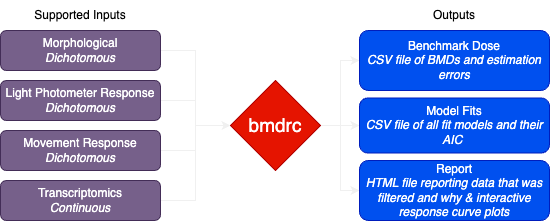
Before: bmdrc.png, a diagram exported from draw.io (PNNL-CompBio/bmdrc). Source tidied: cells renumbered, new cells last; positions are measured from the earlier drawing's top-left corner, leaving out a move shared by most shapes.
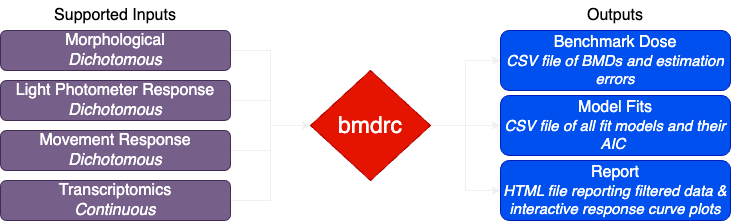
Above is the later version.

Diff of the diagram source:
```diff
@@ -5,14 +5,14 @@
     <mxCell id="2" style="edgeStyle=orthogonalEdgeStyle;rounded=0;jettySize=auto;html=1;exitX=1;exitY=0.5;exitDx=0;exitDy=0;entryX=0;entryY=0.5;entryDx=0;entryDy=0;" parent="1" edge="1" source="3" target="14">
       <mxGeometry relative="1" as="geometry" />
     </mxCell>
-    <mxCell id="3" value="Morphological&lt;br&gt;&lt;i&gt;Dichotomous&lt;/i&gt;" style="rounded=1;whiteSpace=wrap;html=1;fontSize=12;glass=0;strokeWidth=1;shadow=0;fillColor=#76608a;fontColor=#ffffff;strokeColor=#432D57;" parent="1" vertex="1">
-      <mxGeometry y="30" width="160" height="40" as="geometry" />
+    <mxCell id="3" value="&lt;font style=&quot;font-size: 16px;&quot;&gt;Morphological&lt;br&gt;&lt;i&gt;Dichotomous&lt;/i&gt;&lt;/font&gt;" style="rounded=1;whiteSpace=wrap;html=1;fontSize=12;glass=0;strokeWidth=1;shadow=0;fillColor=#76608a;fontColor=#ffffff;strokeColor=#432D57;" parent="1" vertex="1">
+      <mxGeometry y="30" width="230" height="40" as="geometry" />
     </mxCell>
     <mxCell id="4" style="edgeStyle=orthogonalEdgeStyle;rounded=0;jettySize=auto;html=1;exitX=1;exitY=0.5;exitDx=0;exitDy=0;entryX=0;entryY=0.5;entryDx=0;entryDy=0;" parent="1" edge="1" source="5" target="14">
       <mxGeometry relative="1" as="geometry" />
     </mxCell>
-    <mxCell id="5" value="Light Photometer Response&lt;br&gt;&lt;i&gt;Dichotomous&lt;/i&gt;" style="rounded=1;whiteSpace=wrap;html=1;fontSize=12;glass=0;strokeWidth=1;shadow=0;fillColor=#76608a;fontColor=#ffffff;strokeColor=#432D57;" parent="1" vertex="1">
-      <mxGeometry y="80" width="160" height="40" as="geometry" />
+    <mxCell id="5" value="&lt;font style=&quot;font-size: 16px;&quot;&gt;Light Photometer Response&lt;br&gt;&lt;i&gt;Dichotomous&lt;/i&gt;&lt;/font&gt;" style="rounded=1;whiteSpace=wrap;html=1;fontSize=12;glass=0;strokeWidth=1;shadow=0;fillColor=#76608a;fontColor=#ffffff;strokeColor=#432D57;" parent="1" vertex="1">
+      <mxGeometry y="80" width="230" height="40" as="geometry" />
     </mxCell>
     <mxCell id="6" style="edgeStyle=orthogonalEdgeStyle;rounded=0;jettySize=auto;html=1;exitX=1;exitY=0.5;exitDx=0;exitDy=0;entryX=0;entryY=0.5;entryDx=0;entryDy=0;" parent="1" edge="1" source="8" target="14">
       <mxGeometry relative="1" as="geometry" />
@@ -20,14 +20,14 @@
     <mxCell id="7" style="edgeStyle=orthogonalEdgeStyle;rounded=0;jettySize=auto;html=1;exitX=1;exitY=0.5;exitDx=0;exitDy=0;entryX=0;entryY=0.5;entryDx=0;entryDy=0;" parent="1" edge="1" source="8" target="14">
       <mxGeometry relative="1" as="geometry" />
     </mxCell>
-    <mxCell id="8" value="Movement Response&lt;br&gt;&lt;i&gt;Dichotomous&lt;/i&gt;" style="rounded=1;whiteSpace=wrap;html=1;fontSize=12;glass=0;strokeWidth=1;shadow=0;fillColor=#76608a;fontColor=#ffffff;strokeColor=#432D57;" parent="1" vertex="1">
-      <mxGeometry y="130" width="160" height="40" as="geometry" />
+    <mxCell id="8" value="&lt;font style=&quot;font-size: 16px;&quot;&gt;Movement Response&lt;br&gt;&lt;i&gt;Dichotomous&lt;/i&gt;&lt;/font&gt;" style="rounded=1;whiteSpace=wrap;html=1;fontSize=12;glass=0;strokeWidth=1;shadow=0;fillColor=#76608a;fontColor=#ffffff;strokeColor=#432D57;" parent="1" vertex="1">
+      <mxGeometry y="130" width="230" height="40" as="geometry" />
     </mxCell>
     <mxCell id="9" style="edgeStyle=orthogonalEdgeStyle;rounded=0;jettySize=auto;html=1;exitX=1;exitY=0.5;exitDx=0;exitDy=0;entryX=0;entryY=0.5;entryDx=0;entryDy=0;" parent="1" edge="1" source="10" target="14">
       <mxGeometry relative="1" as="geometry" />
     </mxCell>
-    <mxCell id="10" value="Transcriptomics&lt;br&gt;&lt;i&gt;Continuous&lt;/i&gt;" style="rounded=1;whiteSpace=wrap;html=1;fontSize=12;glass=0;strokeWidth=1;shadow=0;fillColor=#76608a;fontColor=#ffffff;strokeColor=#432D57;" parent="1" vertex="1">
-      <mxGeometry y="180" width="160" height="40" as="geometry" />
+    <mxCell id="10" value="&lt;font style=&quot;font-size: 16px;&quot;&gt;Transcriptomics&lt;br&gt;&lt;i&gt;Continuous&lt;/i&gt;&lt;/font&gt;" style="rounded=1;whiteSpace=wrap;html=1;fontSize=12;glass=0;strokeWidth=1;shadow=0;fillColor=#76608a;fontColor=#ffffff;strokeColor=#432D57;" parent="1" vertex="1">
+      <mxGeometry y="180" width="230" height="40" as="geometry" />
     </mxCell>
     <mxCell id="11" style="edgeStyle=orthogonalEdgeStyle;rounded=0;jettySize=auto;html=1;exitX=1;exitY=0.5;exitDx=0;exitDy=0;entryX=0;entryY=0.5;entryDx=0;entryDy=0;" parent="1" edge="1" source="14" target="16">
       <mxGeometry relative="1" as="geometry" />
@@ -38,23 +38,23 @@
     <mxCell id="13" style="edgeStyle=orthogonalEdgeStyle;rounded=0;jettySize=auto;html=1;exitX=1;exitY=0.5;exitDx=0;exitDy=0;entryX=0;entryY=0.5;entryDx=0;entryDy=0;" parent="1" edge="1" source="14" target="17">
       <mxGeometry relative="1" as="geometry" />
     </mxCell>
-    <mxCell id="14" value="&lt;font style=&quot;font-size: 19px;&quot;&gt;bmdrc&lt;/font&gt;" style="rhombus;whiteSpace=wrap;html=1;fillColor=#e51400;fontColor=#ffffff;strokeColor=#B20000;" parent="1" vertex="1">
-      <mxGeometry x="230" y="80" width="90" height="90" as="geometry" />
+    <mxCell id="14" value="&lt;font style=&quot;font-size: 23px;&quot;&gt;bmdrc&lt;/font&gt;" style="rhombus;whiteSpace=wrap;html=1;fillColor=#e51400;fontColor=#ffffff;strokeColor=#B20000;" parent="1" vertex="1">
+      <mxGeometry x="310" y="70" width="120" height="110" as="geometry" />
     </mxCell>
-    <mxCell id="15" value="&lt;font color=&quot;#000000&quot;&gt;Supported Inputs&lt;/font&gt;" style="text;html=1;align=center;verticalAlign=middle;whiteSpace=wrap;rounded=0;" parent="1" vertex="1">
-      <mxGeometry x="30" width="100" height="30" as="geometry" />
+    <mxCell id="15" value="&lt;font style=&quot;font-size: 16px;&quot; color=&quot;#000000&quot;&gt;Supported Inputs&lt;/font&gt;" style="text;html=1;align=center;verticalAlign=middle;whiteSpace=wrap;rounded=0;" parent="1" vertex="1">
+      <mxGeometry x="40" width="150" height="30" as="geometry" />
     </mxCell>
-    <mxCell id="16" value="Benchmark Dose&lt;br&gt;&lt;i&gt;CSV file of BMDs and estimation errors&lt;/i&gt;" style="rounded=1;whiteSpace=wrap;html=1;fontSize=12;glass=0;strokeWidth=1;shadow=0;fillColor=#0050ef;fontColor=#ffffff;strokeColor=#001DBC;" parent="1" vertex="1">
-      <mxGeometry x="359" y="30" width="190" height="60" as="geometry" />
+    <mxCell id="16" value="&lt;font style=&quot;&quot;&gt;&lt;span style=&quot;font-size: 16px;&quot;&gt;Benchmark Dose&lt;/span&gt;&lt;br&gt;&lt;i style=&quot;&quot;&gt;&lt;font style=&quot;font-size: 15px;&quot;&gt;CSV file of BMDs and estimation errors&lt;/font&gt;&lt;/i&gt;&lt;/font&gt;" style="rounded=1;whiteSpace=wrap;html=1;fontSize=12;glass=0;strokeWidth=1;shadow=0;fillColor=#0050ef;fontColor=#ffffff;strokeColor=#001DBC;" parent="1" vertex="1">
+      <mxGeometry x="500" y="30" width="230" height="60" as="geometry" />
     </mxCell>
-    <mxCell id="17" value="Model Fits&lt;br&gt;&lt;i&gt;CSV file of all fit models and their AIC&amp;nbsp;&lt;/i&gt;" style="rounded=1;whiteSpace=wrap;html=1;fontSize=12;glass=0;strokeWidth=1;shadow=0;fillColor=#0050ef;fontColor=#ffffff;strokeColor=#001DBC;" parent="1" vertex="1">
-      <mxGeometry x="359" y="97.5" width="190" height="55" as="geometry" />
+    <mxCell id="17" value="&lt;font style=&quot;&quot;&gt;&lt;span style=&quot;font-size: 16px;&quot;&gt;Model Fits&lt;/span&gt;&lt;br&gt;&lt;i style=&quot;&quot;&gt;&lt;font style=&quot;font-size: 15px;&quot;&gt;CSV file of all fit models and their AIC&amp;nbsp;&lt;/font&gt;&lt;/i&gt;&lt;/font&gt;" style="rounded=1;whiteSpace=wrap;html=1;fontSize=12;glass=0;strokeWidth=1;shadow=0;fillColor=#0050ef;fontColor=#ffffff;strokeColor=#001DBC;" parent="1" vertex="1">
+      <mxGeometry x="500" y="95" width="230" height="60" as="geometry" />
     </mxCell>
-    <mxCell id="18" value="Report&lt;br&gt;&lt;i&gt;HTML file reporting data that was filtered and why &amp;amp; interactive response curve plots&lt;/i&gt;" style="rounded=1;whiteSpace=wrap;html=1;fontSize=12;glass=0;strokeWidth=1;shadow=0;fillColor=#0050ef;fontColor=#ffffff;strokeColor=#001DBC;" parent="1" vertex="1">
-      <mxGeometry x="359" y="160" width="190" height="60" as="geometry" />
+    <mxCell id="18" value="&lt;font style=&quot;&quot;&gt;&lt;span style=&quot;font-size: 16px;&quot;&gt;Report&lt;/span&gt;&lt;br&gt;&lt;i style=&quot;&quot;&gt;&lt;font style=&quot;font-size: 15px;&quot;&gt;HTML file reporting filtered data &amp;amp; interactive response curve plots&lt;/font&gt;&lt;/i&gt;&lt;/font&gt;" style="rounded=1;whiteSpace=wrap;html=1;fontSize=12;glass=0;strokeWidth=1;shadow=0;fillColor=#0050ef;fontColor=#ffffff;strokeColor=#001DBC;" parent="1" vertex="1">
+      <mxGeometry x="500" y="160" width="230" height="60" as="geometry" />
     </mxCell>
-    <mxCell id="19" value="&lt;font color=&quot;#000000&quot;&gt;Outputs&lt;/font&gt;" style="text;html=1;strokeColor=none;fillColor=none;align=center;verticalAlign=middle;whiteSpace=wrap;rounded=0;" parent="1" vertex="1">
-      <mxGeometry x="389" width="130" height="30" as="geometry" />
+    <mxCell id="19" value="&lt;font style=&quot;font-size: 16px;&quot; color=&quot;#000000&quot;&gt;Outputs&lt;/font&gt;" style="text;html=1;strokeColor=none;fillColor=none;align=center;verticalAlign=middle;whiteSpace=wrap;rounded=0;" parent="1" vertex="1">
+      <mxGeometry x="550" width="130" height="30" as="geometry" />
     </mxCell>
   </root>
 </mxGraphModel>
```
